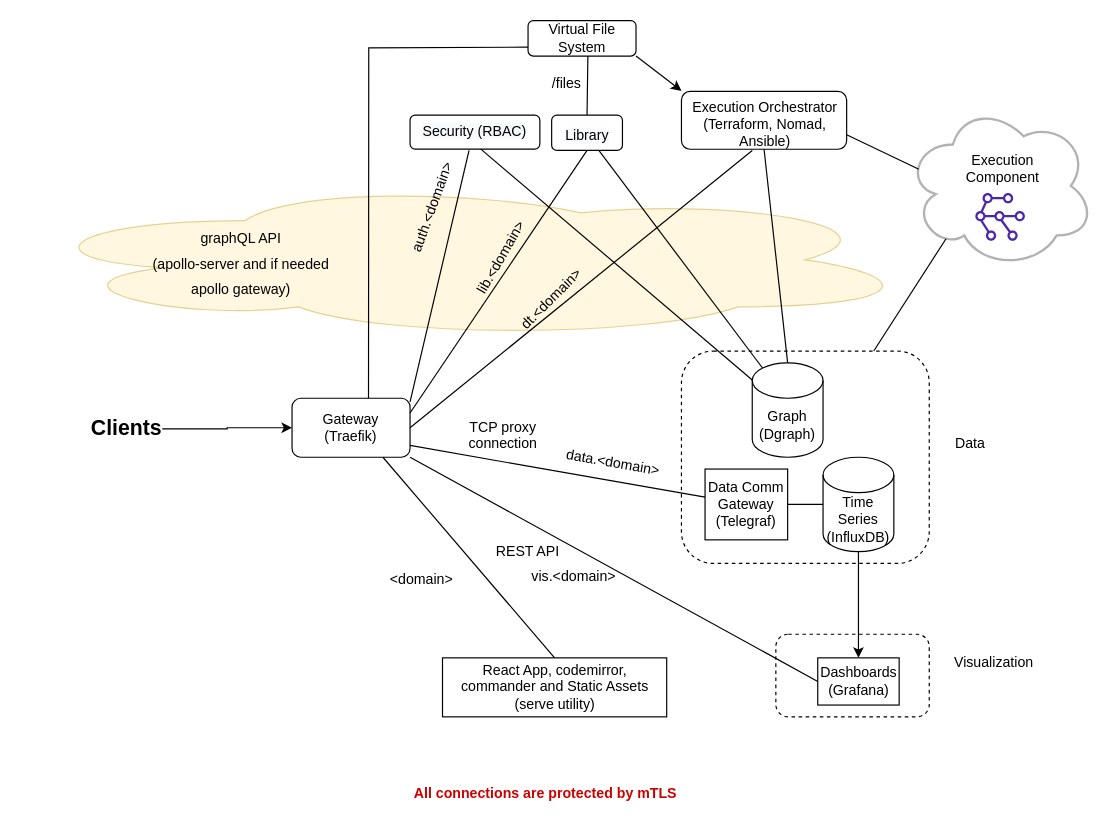
This is page "architecture" (2 of 5) of docs/DTaaS.drawio from INTO-CPS-Association/DTaaS, a draw.io file, before an edit. Source tidied: cells renumbered, new cells numbered last; positions are measured from the earlier drawing's top-left corner, leaving out a move shared by most shapes. Both pictures are drawn from the tidied source at 118%, with x=0, y=0 at pixel (20, 20).
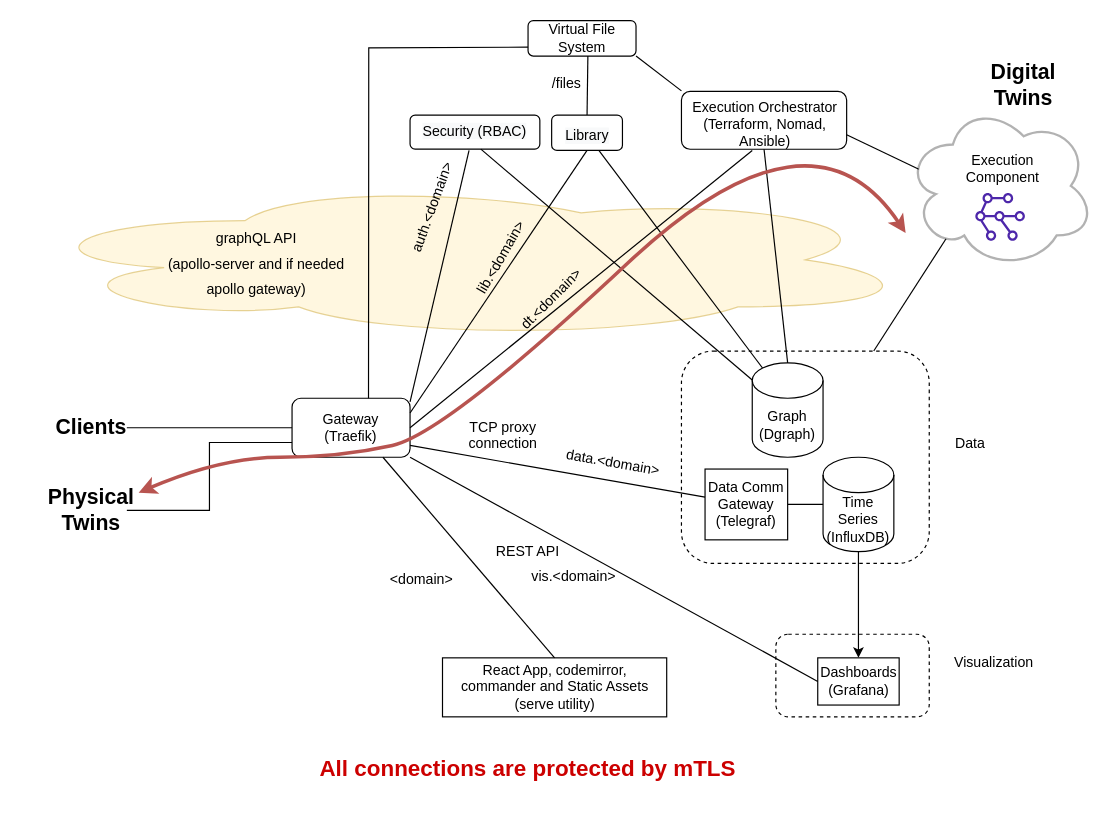
The same page after the edit.

The change refers to these unchanged cells:
```xml
<mxCell id="4" value="Gateway&lt;br&gt;(Traefik)" style="rounded=1;whiteSpace=wrap;html=1;" parent="1" vertex="1">
  <mxGeometry x="230" y="320" width="100" height="50" as="geometry" />
</mxCell>
<mxCell id="24" value="&lt;div style=&quot;text-align: center&quot;&gt;&lt;span style=&quot;font-family: &amp;#34;helvetica&amp;#34;&quot;&gt;Execution Orchestrator&lt;/span&gt;&lt;/div&gt;&lt;span style=&quot;color: rgb(0 , 0 , 0) ; font-family: &amp;#34;helvetica&amp;#34; ; font-size: 12px ; font-style: normal ; font-weight: 400 ; letter-spacing: normal ; text-indent: 0px ; text-transform: none ; word-spacing: 0px ; background-color: rgb(248 , 249 , 250) ; display: inline ; float: none&quot;&gt;&lt;div style=&quot;text-align: center&quot;&gt;(Terraform, Nomad, Ansible)&lt;/div&gt;&lt;/span&gt;" style="text;whiteSpace=wrap;html=1;" parent="1" vertex="1">
  <mxGeometry x="560" y="59.5" width="140" height="30" as="geometry" />
</mxCell>
<mxCell id="39" value="Virtual File System" style="rounded=1;whiteSpace=wrap;html=1;" parent="1" vertex="1">
  <mxGeometry x="430" width="91.5" height="30" as="geometry" />
</mxCell>
```

The edit, as a diff of the source:
```diff
@@
-    <mxCell id="43" style="edgeStyle=orthogonalEdgeStyle;rounded=0;jettySize=auto;html=1;fontSize=18;" parent="1" edge="1" source="44" target="4">
+    <mxCell id="43" style="edgeStyle=orthogonalEdgeStyle;rounded=0;jettySize=auto;html=1;fontSize=18;endArrow=none;endFill=0;" parent="1" edge="1" source="44" target="4">
       <mxGeometry relative="1" as="geometry" />
     </mxCell>
     <mxCell id="44" value="&lt;font style=&quot;font-size: 18px&quot;&gt;&lt;b&gt;Clients&lt;/b&gt;&lt;/font&gt;" style="text;html=1;strokeColor=none;fillColor=none;align=center;verticalAlign=middle;whiteSpace=wrap;rounded=0;" parent="1" vertex="1">
-      <mxGeometry x="60" y="331" width="60" height="30" as="geometry" />
+      <mxGeometry x="30" y="330" width="60" height="30" as="geometry" />
     </mxCell>
-    <mxCell id="45" style="endArrow=classic;html=1;rounded=0;fontSize=18;entryX=0;entryY=0;entryDx=0;entryDy=0;exitX=1;exitY=1;exitDx=0;exitDy=0;" parent="1" edge="1" source="39" target="24">
+    <mxCell id="45" style="endArrow=none;html=1;rounded=0;fontSize=18;entryX=0;entryY=0;entryDx=0;entryDy=0;exitX=1;exitY=1;exitDx=0;exitDy=0;endFill=0;" parent="1" edge="1" source="39" target="24">
       <mxGeometry relative="1" as="geometry" />
     </mxCell>
@@
     <mxCell id="51" value="&lt;font style=&quot;font-size: 12px&quot;&gt;graphQL API&lt;br&gt;(apollo-server and if needed apollo gateway)&lt;/font&gt;" style="text;html=1;strokeColor=none;fillColor=none;align=center;verticalAlign=middle;whiteSpace=wrap;rounded=0;fontSize=18;opacity=60;" parent="1" vertex="1">
-      <mxGeometry x="107" y="190.4" width="160" height="30" as="geometry" />
+      <mxGeometry x="120" y="190.4" width="160" height="30" as="geometry" />
     </mxCell>
@@
-    <mxCell id="54" value="&lt;b&gt;&lt;font color=&quot;#cc0000&quot;&gt;All connections are protected by mTLS&lt;/font&gt;&lt;/b&gt;" style="text;html=1;strokeColor=none;fillColor=none;align=center;verticalAlign=middle;whiteSpace=wrap;rounded=0;fontSize=12;opacity=60;" parent="1" vertex="1">
-      <mxGeometry x="320" y="640" width="250" height="30" as="geometry" />
+    <mxCell id="54" value="&lt;b&gt;&lt;font color=&quot;#cc0000&quot; style=&quot;font-size: 19px&quot;&gt;All connections are protected by mTLS&lt;/font&gt;&lt;/b&gt;" style="text;html=1;strokeColor=none;fillColor=none;align=center;verticalAlign=middle;whiteSpace=wrap;rounded=0;fontSize=12;opacity=60;" parent="1" vertex="1">
+      <mxGeometry x="250" y="620" width="360" height="30" as="geometry" />
     </mxCell>
+    <mxCell id="55" style="edgeStyle=orthogonalEdgeStyle;rounded=0;jettySize=auto;html=1;entryX=0;entryY=0.75;entryDx=0;entryDy=0;endArrow=none;endFill=0;" parent="1" edge="1" source="56" target="4">
+      <mxGeometry relative="1" as="geometry" />
+    </mxCell>
+    <mxCell id="56" value="&lt;font style=&quot;font-size: 18px&quot;&gt;&lt;b&gt;Physical Twins&lt;/b&gt;&lt;/font&gt;" style="text;html=1;strokeColor=none;fillColor=none;align=center;verticalAlign=middle;whiteSpace=wrap;rounded=0;" parent="1" vertex="1">
+      <mxGeometry x="30" y="400" width="60" height="30" as="geometry" />
+    </mxCell>
+    <mxCell id="57" style="curved=1;endArrow=classic;html=1;rounded=0;endFill=1;startArrow=classic;startFill=1;endSize=6;strokeWidth=3;fillColor=#f8cecc;strokeColor=#b85450;" parent="1" edge="1">
+      <mxGeometry relative="1" as="geometry">
+        <mxPoint x="100" y="400" as="sourcePoint" />
+        <mxPoint x="750" y="180" as="targetPoint" />
+        <Array as="points">
+          <mxPoint x="170" y="370" />
+          <mxPoint x="270" y="370" />
+          <mxPoint x="360" y="350" />
+          <mxPoint x="670" y="60" />
+        </Array>
+      </mxGeometry>
+    </mxCell>
+    <mxCell id="58" value="&lt;font style=&quot;font-size: 18px&quot;&gt;&lt;b&gt;Digital Twins&lt;/b&gt;&lt;/font&gt;" style="text;html=1;strokeColor=none;fillColor=none;align=center;verticalAlign=middle;whiteSpace=wrap;rounded=0;" parent="1" vertex="1">
+      <mxGeometry x="820" y="40" width="60" height="30" as="geometry" />
+    </mxCell>
```
